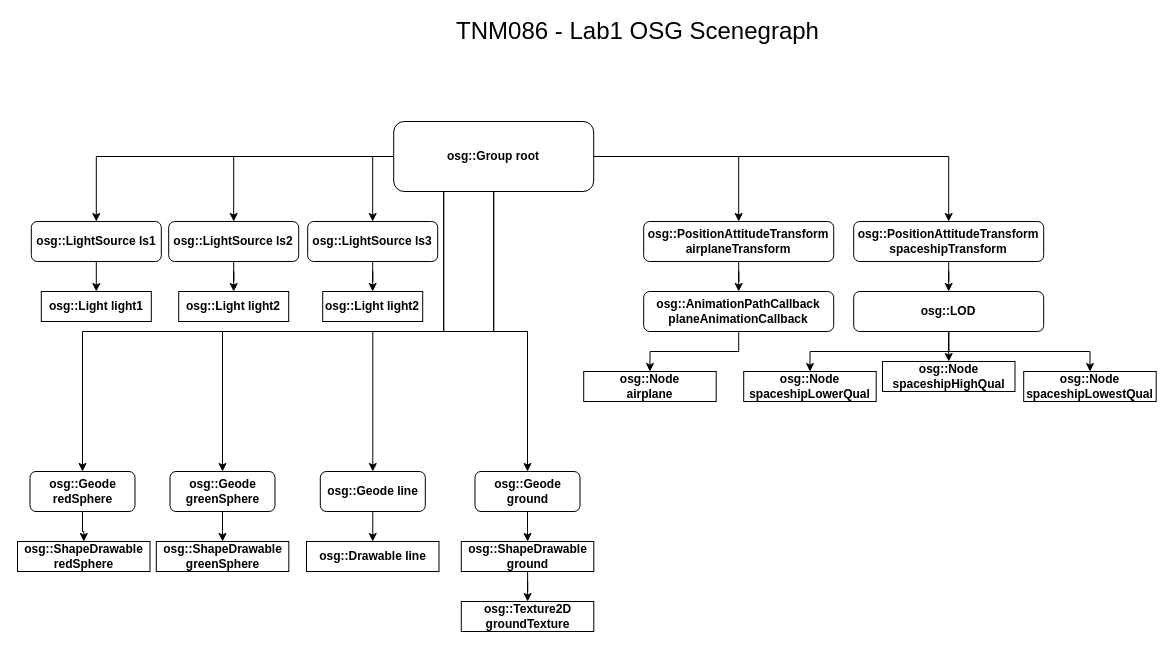
Earlier version of the draw.io diagram lab1/TNM086 - Lab1.drawio (nissebergman/TNM086). Source tidied: cells renumbered, new cells numbered last; positions are measured from the earlier drawing's top-left corner, leaving out a move shared by most shapes. Both pictures are drawn from the tidied source at 100%, with x=0, y=0 at pixel (17, 21).
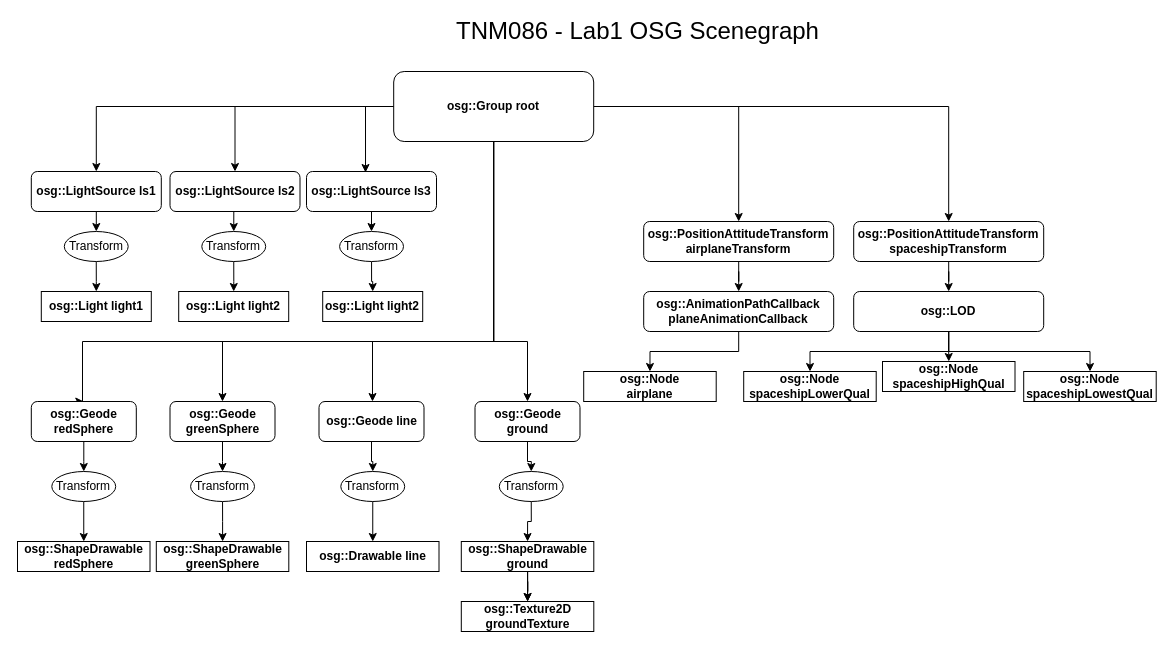
Above is the later version.

Commit message:
Updated Draw.io scenegraph lab1

The change refers to these unchanged cells:
```xml
<mxCell id="18" value="&lt;b&gt;osg::Light light1&lt;/b&gt;" style="rounded=0;whiteSpace=wrap;html=1;" parent="1" vertex="1">
  <mxGeometry x="23.8" y="270" width="110" height="30" as="geometry" />
</mxCell>
<mxCell id="19" value="&lt;b&gt;osg::Light light2&lt;/b&gt;" style="rounded=0;whiteSpace=wrap;html=1;" parent="1" vertex="1">
  <mxGeometry x="161.2" y="270" width="110" height="30" as="geometry" />
</mxCell>
<mxCell id="20" value="&lt;b&gt;osg::Light light2&lt;/b&gt;" style="rounded=0;whiteSpace=wrap;html=1;" parent="1" vertex="1">
  <mxGeometry x="305.2" y="270" width="100" height="30" as="geometry" />
</mxCell>
<mxCell id="29" value="&lt;b&gt;osg::ShapeDrawable redSphere&lt;/b&gt;" style="rounded=0;whiteSpace=wrap;html=1;" parent="1" vertex="1">
  <mxGeometry y="520" width="132.5" height="30" as="geometry" />
</mxCell>
<mxCell id="30" value="&lt;b&gt;osg::ShapeDrawable greenSphere&lt;/b&gt;" style="rounded=0;whiteSpace=wrap;html=1;" parent="1" vertex="1">
  <mxGeometry x="138.8" y="520" width="132.5" height="30" as="geometry" />
</mxCell>
<mxCell id="31" value="&lt;b&gt;osg::Drawable line&lt;/b&gt;" style="rounded=0;whiteSpace=wrap;html=1;" parent="1" vertex="1">
  <mxGeometry x="289" y="520" width="132.5" height="30" as="geometry" />
</mxCell>
<mxCell id="33" value="&lt;b&gt;osg::ShapeDrawable ground&lt;/b&gt;" style="rounded=0;whiteSpace=wrap;html=1;" parent="1" vertex="1">
  <mxGeometry x="443.8" y="520" width="132.5" height="30" as="geometry" />
</mxCell>
<mxCell id="42" value="&lt;b&gt;osg::Texture2D&lt;br&gt;groundTexture&lt;br&gt;&lt;/b&gt;" style="rounded=0;whiteSpace=wrap;html=1;" parent="1" vertex="1">
  <mxGeometry x="443.8" y="580" width="132.5" height="30" as="geometry" />
</mxCell>
```

Change to the diagram source:
```diff
@@
-    <mxCell id="2" style="edgeStyle=orthogonalEdgeStyle;rounded=0;jettySize=auto;html=1;entryX=0.5;entryY=0;entryDx=0;entryDy=0;" parent="1" edge="1" source="11" target="13">
-      <mxGeometry relative="1" as="geometry" />
-    </mxCell>
-    <mxCell id="3" style="edgeStyle=orthogonalEdgeStyle;rounded=0;jettySize=auto;html=1;exitX=0;exitY=0.5;exitDx=0;exitDy=0;entryX=0.5;entryY=0;entryDx=0;entryDy=0;" parent="1" edge="1" source="11" target="15">
-      <mxGeometry relative="1" as="geometry" />
-    </mxCell>
-    <mxCell id="4" style="edgeStyle=orthogonalEdgeStyle;rounded=0;jettySize=auto;html=1;exitX=0;exitY=0.5;exitDx=0;exitDy=0;entryX=0.5;entryY=0;entryDx=0;entryDy=0;" parent="1" edge="1" source="11" target="17">
-      <mxGeometry relative="1" as="geometry" />
-    </mxCell>
-    <mxCell id="5" style="edgeStyle=orthogonalEdgeStyle;rounded=0;jettySize=auto;html=1;exitX=0.25;exitY=1;exitDx=0;exitDy=0;" parent="1" edge="1" source="11" target="22">
-      <mxGeometry relative="1" as="geometry" />
-    </mxCell>
     <mxCell id="6" style="edgeStyle=orthogonalEdgeStyle;rounded=0;jettySize=auto;html=1;exitX=0.25;exitY=1;exitDx=0;exitDy=0;entryX=0.5;entryY=0;entryDx=0;entryDy=0;" parent="1" edge="1" source="11" target="24">
-      <mxGeometry relative="1" as="geometry" />
+      <mxGeometry relative="1" as="geometry">
+        <Array as="points">
+          <mxPoint x="476" y="120" />
+          <mxPoint x="476" y="320" />
+          <mxPoint x="205" y="320" />
+        </Array>
+      </mxGeometry>
     </mxCell>
     <mxCell id="7" style="edgeStyle=orthogonalEdgeStyle;rounded=0;jettySize=auto;html=1;" parent="1" edge="1" source="11" target="26">
-      <mxGeometry relative="1" as="geometry" />
+      <mxGeometry relative="1" as="geometry">
+        <Array as="points">
+          <mxPoint x="476" y="320" />
+          <mxPoint x="355" y="320" />
+        </Array>
+      </mxGeometry>
     </mxCell>
     <mxCell id="8" style="edgeStyle=orthogonalEdgeStyle;rounded=0;jettySize=auto;html=1;exitX=0.5;exitY=1;exitDx=0;exitDy=0;entryX=0.5;entryY=0;entryDx=0;entryDy=0;" parent="1" edge="1" source="11" target="28">
-      <mxGeometry relative="1" as="geometry" />
+      <mxGeometry relative="1" as="geometry">
+        <Array as="points">
+          <mxPoint x="476" y="320" />
+          <mxPoint x="510" y="320" />
+        </Array>
+      </mxGeometry>
     </mxCell>
@@
+    <mxCell id="3" style="edgeStyle=orthogonalEdgeStyle;rounded=0;jettySize=auto;html=1;exitX=0;exitY=0.5;exitDx=0;exitDy=0;" parent="1" edge="1" source="11" target="15">
+      <mxGeometry relative="1" as="geometry" />
+    </mxCell>
+    <mxCell id="2" style="edgeStyle=orthogonalEdgeStyle;rounded=0;jettySize=auto;html=1;exitX=0;exitY=0.5;exitDx=0;exitDy=0;entryX=0.5;entryY=0;entryDx=0;entryDy=0;" parent="1" edge="1" source="11" target="13">
+      <mxGeometry relative="1" as="geometry" />
+    </mxCell>
+    <mxCell id="4" style="edgeStyle=orthogonalEdgeStyle;rounded=0;jettySize=auto;html=1;exitX=0;exitY=0.5;exitDx=0;exitDy=0;entryX=0.454;entryY=0.025;entryDx=0;entryDy=0;entryPerimeter=0;" parent="1" edge="1" source="11" target="17">
+      <mxGeometry relative="1" as="geometry" />
+    </mxCell>
+    <mxCell id="5" style="edgeStyle=orthogonalEdgeStyle;rounded=0;jettySize=auto;html=1;exitX=0.5;exitY=1;exitDx=0;exitDy=0;entryX=0.5;entryY=0;entryDx=0;entryDy=0;" parent="1" edge="1" source="11" target="22">
+      <mxGeometry relative="1" as="geometry">
+        <Array as="points">
+          <mxPoint x="476" y="320" />
+          <mxPoint x="65" y="320" />
+        </Array>
+      </mxGeometry>
+    </mxCell>
     <mxCell id="11" value="&lt;b&gt;osg::Group root&lt;/b&gt;" style="rounded=1;whiteSpace=wrap;html=1;" parent="1" vertex="1">
-      <mxGeometry x="376.2" y="100" width="200" height="70" as="geometry" />
+      <mxGeometry x="376.2" y="50" width="200" height="70" as="geometry" />
     </mxCell>
-    <mxCell id="12" style="edgeStyle=orthogonalEdgeStyle;rounded=0;jettySize=auto;html=1;exitX=0.5;exitY=1;exitDx=0;exitDy=0;entryX=0.5;entryY=0;entryDx=0;entryDy=0;" parent="1" edge="1" source="13" target="18">
-      <mxGeometry relative="1" as="geometry" />
-    </mxCell>
+    <mxCell id="50" style="edgeStyle=orthogonalEdgeStyle;rounded=0;jettySize=auto;html=1;" parent="1" edge="1" source="13" target="59">
+      <mxGeometry relative="1" as="geometry" />
+    </mxCell>
     <mxCell id="13" value="&lt;b&gt;osg::LightSource ls1&lt;br&gt;&lt;/b&gt;" style="rounded=1;whiteSpace=wrap;html=1;" parent="1" vertex="1">
-      <mxGeometry x="13.8" y="200" width="130" height="40" as="geometry" />
+      <mxGeometry x="13.8" y="150" width="130" height="40" as="geometry" />
     </mxCell>
-    <mxCell id="14" style="edgeStyle=orthogonalEdgeStyle;rounded=0;jettySize=auto;html=1;" parent="1" edge="1" source="15" target="19">
-      <mxGeometry relative="1" as="geometry" />
-    </mxCell>
+    <mxCell id="51" style="edgeStyle=orthogonalEdgeStyle;rounded=0;jettySize=auto;html=1;exitX=0.5;exitY=1;exitDx=0;exitDy=0;entryX=0.5;entryY=0;entryDx=0;entryDy=0;" parent="1" edge="1" source="15" target="61">
+      <mxGeometry relative="1" as="geometry" />
+    </mxCell>
     <mxCell id="15" value="&lt;b&gt;osg::LightSource ls2&lt;br&gt;&lt;/b&gt;" style="rounded=1;whiteSpace=wrap;html=1;" parent="1" vertex="1">
-      <mxGeometry x="151.2" y="200" width="130" height="40" as="geometry" />
+      <mxGeometry x="152.5" y="150" width="130" height="40" as="geometry" />
     </mxCell>
-    <mxCell id="16" style="edgeStyle=orthogonalEdgeStyle;rounded=0;jettySize=auto;html=1;" parent="1" edge="1" source="17" target="20">
-      <mxGeometry relative="1" as="geometry" />
-    </mxCell>
+    <mxCell id="52" style="edgeStyle=orthogonalEdgeStyle;rounded=0;jettySize=auto;html=1;" parent="1" edge="1" source="17" target="63">
+      <mxGeometry relative="1" as="geometry" />
+    </mxCell>
     <mxCell id="17" value="&lt;b&gt;osg::LightSource ls3&lt;br&gt;&lt;/b&gt;" style="rounded=1;whiteSpace=wrap;html=1;" parent="1" vertex="1">
-      <mxGeometry x="290.2" y="200" width="130" height="40" as="geometry" />
+      <mxGeometry x="289" y="150" width="130" height="40" as="geometry" />
     </mxCell>
@@
-    <mxCell id="21" style="edgeStyle=orthogonalEdgeStyle;rounded=0;jettySize=auto;html=1;" parent="1" edge="1" source="22" target="29">
-      <mxGeometry relative="1" as="geometry" />
-    </mxCell>
+    <mxCell id="53" style="edgeStyle=orthogonalEdgeStyle;rounded=0;jettySize=auto;html=1;" parent="1" edge="1" source="22" target="65">
+      <mxGeometry relative="1" as="geometry" />
+    </mxCell>
     <mxCell id="22" value="&lt;b&gt;osg::Geode redSphere&lt;br&gt;&lt;/b&gt;" style="rounded=1;whiteSpace=wrap;html=1;" parent="1" vertex="1">
-      <mxGeometry x="12.5" y="450" width="105" height="40" as="geometry" />
+      <mxGeometry x="13.8" y="380" width="105" height="40" as="geometry" />
     </mxCell>
-    <mxCell id="23" style="edgeStyle=orthogonalEdgeStyle;rounded=0;jettySize=auto;html=1;" parent="1" edge="1" source="24" target="30">
-      <mxGeometry relative="1" as="geometry" />
-    </mxCell>
+    <mxCell id="54" style="edgeStyle=orthogonalEdgeStyle;rounded=0;jettySize=auto;html=1;" parent="1" edge="1" source="24" target="67">
+      <mxGeometry relative="1" as="geometry" />
+    </mxCell>
     <mxCell id="24" value="&lt;b&gt;osg::Geode greenSphere&lt;br&gt;&lt;/b&gt;" style="rounded=1;whiteSpace=wrap;html=1;" parent="1" vertex="1">
-      <mxGeometry x="152.5" y="450" width="105" height="40" as="geometry" />
+      <mxGeometry x="152.5" y="380" width="105" height="40" as="geometry" />
     </mxCell>
-    <mxCell id="25" style="edgeStyle=orthogonalEdgeStyle;rounded=0;jettySize=auto;html=1;exitX=0.5;exitY=1;exitDx=0;exitDy=0;entryX=0.5;entryY=0;entryDx=0;entryDy=0;" parent="1" edge="1" source="26" target="31">
-      <mxGeometry relative="1" as="geometry" />
-    </mxCell>
+    <mxCell id="55" style="edgeStyle=orthogonalEdgeStyle;rounded=0;jettySize=auto;html=1;" parent="1" edge="1" source="26" target="69">
+      <mxGeometry relative="1" as="geometry" />
+    </mxCell>
     <mxCell id="26" value="&lt;b&gt;osg::Geode line&lt;br&gt;&lt;/b&gt;" style="rounded=1;whiteSpace=wrap;html=1;" parent="1" vertex="1">
-      <mxGeometry x="302.8" y="450" width="105" height="40" as="geometry" />
+      <mxGeometry x="301.5" y="380" width="105" height="40" as="geometry" />
     </mxCell>
-    <mxCell id="27" style="edgeStyle=orthogonalEdgeStyle;rounded=0;jettySize=auto;html=1;" parent="1" edge="1" source="28" target="33">
-      <mxGeometry relative="1" as="geometry" />
-    </mxCell>
+    <mxCell id="56" style="edgeStyle=orthogonalEdgeStyle;rounded=0;jettySize=auto;html=1;" parent="1" edge="1" source="28" target="71">
+      <mxGeometry relative="1" as="geometry" />
+    </mxCell>
     <mxCell id="28" value="&lt;b&gt;osg::Geode ground&lt;br&gt;&lt;/b&gt;" style="rounded=1;whiteSpace=wrap;html=1;" parent="1" vertex="1">
-      <mxGeometry x="457.5" y="450" width="105" height="40" as="geometry" />
+      <mxGeometry x="457.5" y="380" width="105" height="40" as="geometry" />
     </mxCell>
@@
+    <mxCell id="57" style="edgeStyle=orthogonalEdgeStyle;rounded=0;jettySize=auto;html=1;" parent="1" edge="1" source="33" target="42">
+      <mxGeometry relative="1" as="geometry" />
+    </mxCell>
@@
+    <mxCell id="58" style="edgeStyle=orthogonalEdgeStyle;rounded=0;jettySize=auto;html=1;" parent="1" edge="1" source="59" target="18">
+      <mxGeometry relative="1" as="geometry" />
+    </mxCell>
+    <mxCell id="59" value="Transform" style="ellipse;whiteSpace=wrap;html=1;" parent="1" vertex="1">
+      <mxGeometry x="46.8" y="210" width="63.9" height="30" as="geometry" />
+    </mxCell>
+    <mxCell id="60" style="edgeStyle=orthogonalEdgeStyle;rounded=0;jettySize=auto;html=1;" parent="1" edge="1" source="61" target="19">
+      <mxGeometry relative="1" as="geometry" />
+    </mxCell>
+    <mxCell id="61" value="Transform" style="ellipse;whiteSpace=wrap;html=1;" parent="1" vertex="1">
+      <mxGeometry x="184.3" y="210" width="63.9" height="30" as="geometry" />
+    </mxCell>
+    <mxCell id="62" style="edgeStyle=orthogonalEdgeStyle;rounded=0;jettySize=auto;html=1;" parent="1" edge="1" source="63" target="20">
+      <mxGeometry relative="1" as="geometry" />
+    </mxCell>
+    <mxCell id="63" value="Transform" style="ellipse;whiteSpace=wrap;html=1;" parent="1" vertex="1">
+      <mxGeometry x="322.1" y="210" width="63.9" height="30" as="geometry" />
+    </mxCell>
+    <mxCell id="64" style="edgeStyle=orthogonalEdgeStyle;rounded=0;jettySize=auto;html=1;" parent="1" edge="1" source="65" target="29">
+      <mxGeometry relative="1" as="geometry" />
+    </mxCell>
+    <mxCell id="65" value="Transform" style="ellipse;whiteSpace=wrap;html=1;" parent="1" vertex="1">
+      <mxGeometry x="34.3" y="450" width="63.9" height="30" as="geometry" />
+    </mxCell>
+    <mxCell id="66" style="edgeStyle=orthogonalEdgeStyle;rounded=0;jettySize=auto;html=1;" parent="1" edge="1" source="67" target="30">
+      <mxGeometry relative="1" as="geometry" />
+    </mxCell>
+    <mxCell id="67" value="Transform" style="ellipse;whiteSpace=wrap;html=1;" parent="1" vertex="1">
+      <mxGeometry x="173.1" y="450" width="63.9" height="30" as="geometry" />
+    </mxCell>
+    <mxCell id="68" style="edgeStyle=orthogonalEdgeStyle;rounded=0;jettySize=auto;html=1;" parent="1" edge="1" source="69" target="31">
+      <mxGeometry relative="1" as="geometry" />
+    </mxCell>
+    <mxCell id="69" value="Transform" style="ellipse;whiteSpace=wrap;html=1;" parent="1" vertex="1">
+      <mxGeometry x="323.3" y="450" width="63.9" height="30" as="geometry" />
+    </mxCell>
+    <mxCell id="70" style="edgeStyle=orthogonalEdgeStyle;rounded=0;jettySize=auto;html=1;entryX=0.5;entryY=0;entryDx=0;entryDy=0;" parent="1" edge="1" source="71" target="33">
+      <mxGeometry relative="1" as="geometry" />
+    </mxCell>
+    <mxCell id="71" value="Transform" style="ellipse;whiteSpace=wrap;html=1;" parent="1" vertex="1">
+      <mxGeometry x="481.8" y="450" width="63.9" height="30" as="geometry" />
+    </mxCell>
```
